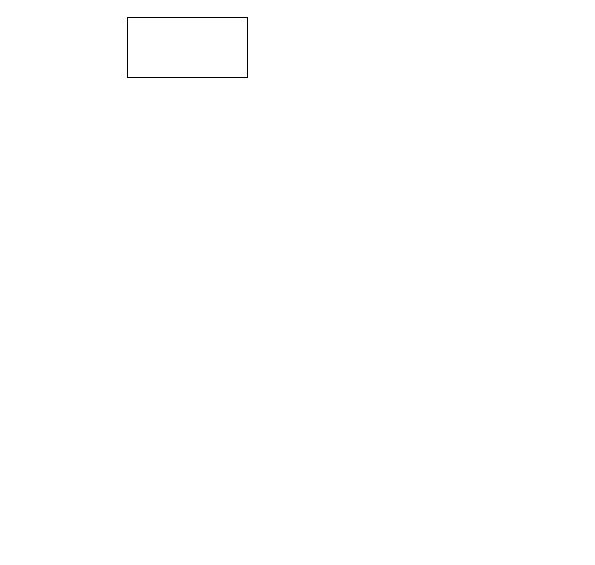
The draw.io diagram TOC-Data-Model.drawio in SCiO-systems/TOC, before the edit. Source tidied: cells renumbered, new cells numbered last; positions are measured from the earlier drawing's top-left corner, leaving out a move shared by most shapes. Both pictures are drawn from the tidied source at 100%, with x=0, y=0 at pixel (127, 17).
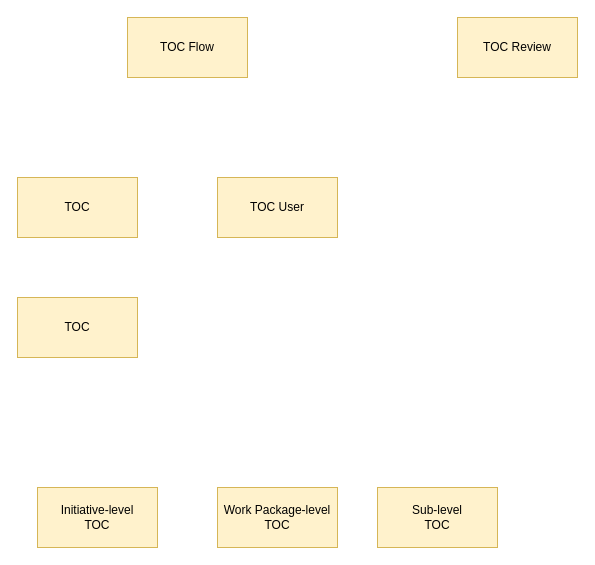
The same diagram, later.

The edit, as a diff of the source:
```diff
@@
 <mxGraphModel>
   <root>
     <mxCell id="0" />
     <mxCell id="1" parent="0" />
-    <mxCell id="2" style="rounded=0;whiteSpace=wrap;html=1;" parent="1" vertex="1">
+    <mxCell id="2" value="TOC Flow" style="rounded=0;whiteSpace=wrap;html=1;fillColor=#fff2cc;strokeColor=#d6b656;" parent="1" vertex="1">
       <mxGeometry width="120" height="60" as="geometry" />
     </mxCell>
+    <mxCell id="3" value="TOC" style="rounded=0;whiteSpace=wrap;html=1;fillColor=#fff2cc;strokeColor=#d6b656;" parent="1" vertex="1">
+      <mxGeometry x="-110" y="160" width="120" height="60" as="geometry" />
+    </mxCell>
+    <mxCell id="4" value="TOC User" style="rounded=0;whiteSpace=wrap;html=1;fillColor=#fff2cc;strokeColor=#d6b656;" parent="1" vertex="1">
+      <mxGeometry x="90" y="160" width="120" height="60" as="geometry" />
+    </mxCell>
+    <mxCell id="5" value="TOC Review" style="rounded=0;whiteSpace=wrap;html=1;fillColor=#fff2cc;strokeColor=#d6b656;" parent="1" vertex="1">
+      <mxGeometry x="330" width="120" height="60" as="geometry" />
+    </mxCell>
+    <mxCell id="6" value="TOC" style="rounded=0;whiteSpace=wrap;html=1;fillColor=#fff2cc;strokeColor=#d6b656;" parent="1" vertex="1">
+      <mxGeometry x="-110" y="280" width="120" height="60" as="geometry" />
+    </mxCell>
+    <mxCell id="7" value="Initiative-level&lt;br&gt;TOC" style="rounded=0;whiteSpace=wrap;html=1;fillColor=#fff2cc;strokeColor=#d6b656;" parent="1" vertex="1">
+      <mxGeometry x="-90" y="470" width="120" height="60" as="geometry" />
+    </mxCell>
+    <mxCell id="8" value="Work Package-level&lt;br&gt;TOC" style="rounded=0;whiteSpace=wrap;html=1;fillColor=#fff2cc;strokeColor=#d6b656;" parent="1" vertex="1">
+      <mxGeometry x="90" y="470" width="120" height="60" as="geometry" />
+    </mxCell>
+    <mxCell id="9" value="Sub-level&lt;br&gt;TOC" style="rounded=0;whiteSpace=wrap;html=1;fillColor=#fff2cc;strokeColor=#d6b656;" parent="1" vertex="1">
+      <mxGeometry x="250" y="470" width="120" height="60" as="geometry" />
+    </mxCell>
   </root>
 </mxGraphModel>
```
